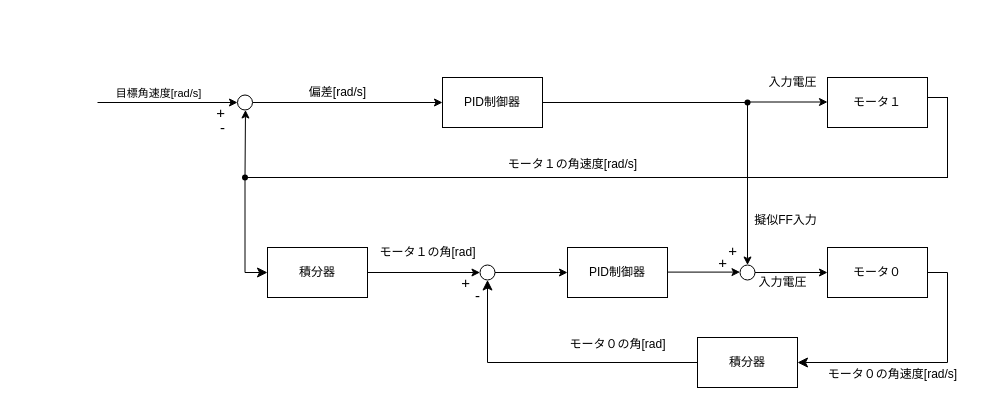
The draw.io diagram Program/main_tomix/SystemIdentificationData/BlockDiagram/TDoFC.dio in CharHanMaker/CharHanMaker, before the edit. Source tidied: cells renumbered, new cells numbered last; positions are measured from the earlier drawing's top-left corner, leaving out a move shared by most shapes. Both pictures are drawn from the tidied source at 100%, with x=0, y=0 at pixel (97, 67).
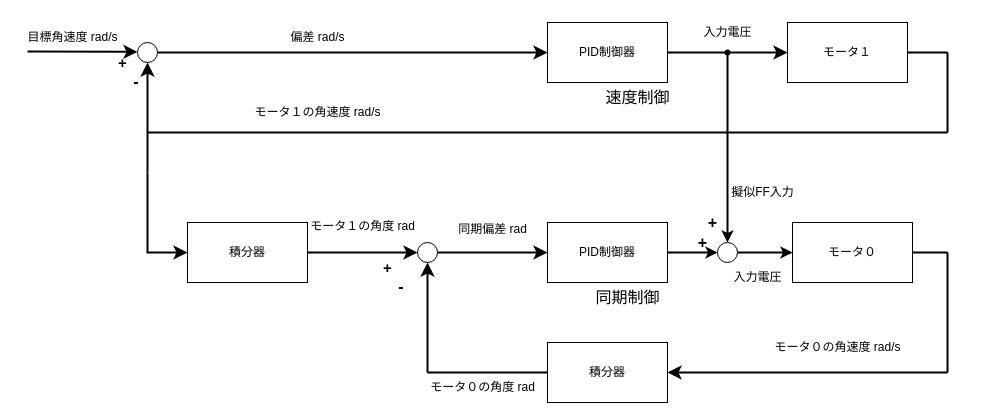
After the change.

What changed in the source:
```diff
@@
+    <mxCell id="44" style="endArrow=classic;html=1;endSize=8;startSize=6;strokeWidth=2;" parent="1" edge="1">
+      <mxGeometry relative="1" as="geometry">
+        <mxPoint x="-70" y="-16" as="sourcePoint" />
+        <mxPoint x="40" y="-15.6" as="targetPoint" />
+      </mxGeometry>
+    </mxCell>
+    <mxCell id="45" style="edgeStyle=none;html=1;exitX=1;exitY=0.5;exitDx=0;exitDy=0;strokeWidth=2;startSize=6;endSize=8;entryX=0;entryY=0.5;entryDx=0;entryDy=0;" parent="1" edge="1" source="46" target="48">
+      <mxGeometry relative="1" as="geometry" />
+    </mxCell>
+    <mxCell id="46" style="ellipse;whiteSpace=wrap;html=1;" parent="1" vertex="1">
+      <mxGeometry x="40" y="-25" width="20" height="20" as="geometry" />
+    </mxCell>
+    <mxCell id="47" style="edgeStyle=none;html=1;exitDx=0;exitDy=0;strokeWidth=2;startSize=6;endSize=8;entryX=0;entryY=0.5;entryDx=0;entryDy=0;startArrow=none;" parent="1" edge="1" source="81" target="3">
+      <mxGeometry relative="1" as="geometry" />
+    </mxCell>
+    <mxCell id="48" value="PID制御器" style="rounded=0;whiteSpace=wrap;html=1;" parent="1" vertex="1">
+      <mxGeometry x="450" y="-45" width="120" height="60" as="geometry" />
+    </mxCell>
+    <mxCell id="49" value="偏差 rad/s" style="text;html=1;align=center;verticalAlign=middle;strokeColor=none;fillColor=none;" parent="1" vertex="1">
+      <mxGeometry x="180" y="-45" width="80" height="30" as="geometry" />
+    </mxCell>
+    <mxCell id="3" value="モータ１" style="rounded=0;whiteSpace=wrap;html=1;" parent="1" vertex="1">
+      <mxGeometry x="690" y="-45" width="120" height="60" as="geometry" />
+    </mxCell>
+    <mxCell id="50" style="endArrow=none;html=1;strokeWidth=2;startSize=6;endSize=8;exitX=1;exitY=0.5;exitDx=0;exitDy=0;" parent="1" edge="1" source="3">
+      <mxGeometry relative="1" as="geometry">
+        <mxPoint x="850" y="-15" as="targetPoint" />
+      </mxGeometry>
+    </mxCell>
+    <mxCell id="51" style="endArrow=none;html=1;strokeWidth=2;startSize=6;endSize=8;" parent="1" edge="1">
+      <mxGeometry relative="1" as="geometry">
+        <mxPoint x="850" y="65" as="sourcePoint" />
+        <mxPoint x="850" y="-15" as="targetPoint" />
+      </mxGeometry>
+    </mxCell>
+    <mxCell id="52" style="endArrow=none;html=1;strokeWidth=2;startSize=6;endSize=8;" parent="1" edge="1">
+      <mxGeometry relative="1" as="geometry">
+        <mxPoint x="50" y="65" as="sourcePoint" />
+        <mxPoint x="850" y="65" as="targetPoint" />
+      </mxGeometry>
+    </mxCell>
+    <mxCell id="53" style="endArrow=classic;html=1;strokeWidth=2;startSize=6;endSize=8;entryX=0.5;entryY=1;entryDx=0;entryDy=0;" parent="1" edge="1" target="46">
+      <mxGeometry relative="1" as="geometry">
+        <mxPoint x="50" y="105" as="sourcePoint" />
+      </mxGeometry>
+    </mxCell>
+    <mxCell id="54" style="edgeStyle=segmentEdgeStyle;endArrow=classic;html=1;curved=0;rounded=0;endSize=8;startSize=8;strokeWidth=2;entryX=0;entryY=0.5;entryDx=0;entryDy=0;" parent="1" edge="1" target="56">
+      <mxGeometry relative="1" as="geometry">
+        <mxPoint x="50" y="105" as="sourcePoint" />
+        <Array as="points">
+          <mxPoint x="50" y="145" />
+          <mxPoint x="50" y="185" />
+        </Array>
+      </mxGeometry>
+    </mxCell>
+    <mxCell id="55" style="edgeStyle=none;html=1;exitX=1;exitY=0.5;exitDx=0;exitDy=0;entryX=0;entryY=0.5;entryDx=0;entryDy=0;strokeWidth=2;startSize=6;endSize=8;" parent="1" edge="1" source="56" target="58">
+      <mxGeometry relative="1" as="geometry" />
+    </mxCell>
+    <mxCell id="56" value="積分器" style="rounded=0;whiteSpace=wrap;html=1;" parent="1" vertex="1">
+      <mxGeometry x="90" y="155" width="120" height="60" as="geometry" />
+    </mxCell>
+    <mxCell id="57" style="edgeStyle=none;html=1;exitX=1;exitY=0.5;exitDx=0;exitDy=0;entryX=0;entryY=0.5;entryDx=0;entryDy=0;strokeWidth=2;startSize=6;endSize=8;" parent="1" edge="1" source="58" target="60">
+      <mxGeometry relative="1" as="geometry" />
+    </mxCell>
+    <mxCell id="58" style="ellipse;whiteSpace=wrap;html=1;" parent="1" vertex="1">
+      <mxGeometry x="320" y="175" width="20" height="20" as="geometry" />
+    </mxCell>
+    <mxCell id="59" style="edgeStyle=none;html=1;exitX=1;exitY=0.5;exitDx=0;exitDy=0;entryX=0;entryY=0.5;entryDx=0;entryDy=0;strokeWidth=2;" parent="1" edge="1" source="60" target="78">
+      <mxGeometry relative="1" as="geometry" />
+    </mxCell>
+    <mxCell id="60" value="PID制御器" style="rounded=0;whiteSpace=wrap;html=1;" parent="1" vertex="1">
+      <mxGeometry x="450" y="155" width="120" height="60" as="geometry" />
+    </mxCell>
+    <mxCell id="61" style="endArrow=none;html=1;strokeWidth=2;startSize=6;endSize=8;exitX=1;exitY=0.5;exitDx=0;exitDy=0;startArrow=none;" parent="1" edge="1" source="2">
+      <mxGeometry relative="1" as="geometry">
+        <mxPoint x="850" y="185" as="targetPoint" />
+      </mxGeometry>
+    </mxCell>
+    <mxCell id="62" style="endArrow=none;html=1;strokeWidth=2;startSize=6;endSize=8;" parent="1" edge="1">
+      <mxGeometry relative="1" as="geometry">
+        <mxPoint x="850" y="305" as="sourcePoint" />
+        <mxPoint x="850" y="185" as="targetPoint" />
+      </mxGeometry>
+    </mxCell>
+    <mxCell id="63" style="endArrow=classic;html=1;strokeWidth=2;startSize=6;endSize=8;entryX=0.5;entryY=1;entryDx=0;entryDy=0;" parent="1" edge="1" target="58">
+      <mxGeometry relative="1" as="geometry">
+        <mxPoint x="330" y="305" as="sourcePoint" />
+      </mxGeometry>
+    </mxCell>
+    <mxCell id="64" value="積分器" style="rounded=0;whiteSpace=wrap;html=1;" parent="1" vertex="1">
+      <mxGeometry x="450" y="275" width="120" height="60" as="geometry" />
+    </mxCell>
+    <mxCell id="65" style="endArrow=none;html=1;strokeWidth=2;startSize=6;endSize=8;entryX=0;entryY=0.5;entryDx=0;entryDy=0;" parent="1" edge="1" target="64">
+      <mxGeometry relative="1" as="geometry">
+        <mxPoint x="330" y="305" as="sourcePoint" />
+      </mxGeometry>
+    </mxCell>
+    <mxCell id="66" style="endArrow=classic;html=1;strokeWidth=2;startSize=6;endSize=8;entryX=1;entryY=0.5;entryDx=0;entryDy=0;" parent="1" edge="1" target="64">
+      <mxGeometry relative="1" as="geometry">
+        <mxPoint x="850" y="305" as="sourcePoint" />
+      </mxGeometry>
+    </mxCell>
+    <mxCell id="67" value="目標角速度 rad/s" style="text;html=1;align=center;verticalAlign=middle;strokeColor=none;fillColor=none;" parent="1" vertex="1">
+      <mxGeometry x="-80" y="-45" width="110" height="30" as="geometry" />
+    </mxCell>
+    <mxCell id="68" value="モータ１の角速度 rad/s" style="text;html=1;align=center;verticalAlign=middle;strokeColor=none;fillColor=none;" parent="1" vertex="1">
+      <mxGeometry x="145" y="30" width="150" height="30" as="geometry" />
+    </mxCell>
+    <mxCell id="69" value="モータ１の角度 rad" style="text;html=1;align=center;verticalAlign=middle;strokeColor=none;fillColor=none;" parent="1" vertex="1">
+      <mxGeometry x="200" y="144" width="130" height="30" as="geometry" />
+    </mxCell>
+    <mxCell id="70" style="endArrow=none;html=1;strokeWidth=2;startSize=6;endSize=8;exitX=1;exitY=0.5;exitDx=0;exitDy=0;" parent="1" edge="1" target="2">
+      <mxGeometry relative="1" as="geometry">
+        <mxPoint x="780" y="185" as="sourcePoint" />
+      </mxGeometry>
+    </mxCell>
     <mxCell id="2" value="モータ０" style="rounded=0;whiteSpace=wrap;html=1;" parent="1" vertex="1">
-      <mxGeometry x="730" y="180" width="100" height="50" as="geometry" />
+      <mxGeometry x="695" y="155" width="120" height="60" as="geometry" />
     </mxCell>
-    <mxCell id="3" value="モータ１" style="rounded=0;whiteSpace=wrap;html=1;" parent="1" vertex="1">
-      <mxGeometry x="730" y="10" width="100" height="50" as="geometry" />
-    </mxCell>
-    <mxCell id="4" style="endArrow=classic;html=1;entryX=0;entryY=0.5;entryDx=0;entryDy=0;startArrow=none;" parent="1" edge="1" source="6" target="2">
-      <mxGeometry relative="1" as="geometry" />
-    </mxCell>
-    <mxCell id="5" style="endArrow=none;html=1;entryX=0;entryY=0.5;entryDx=0;entryDy=0;" parent="1" edge="1" target="6">
-      <mxGeometry relative="1" as="geometry">
-        <mxPoint x="650" y="205" as="sourcePoint" />
-      </mxGeometry>
-    </mxCell>
-    <mxCell id="6" style="ellipse;whiteSpace=wrap;html=1;" parent="1" vertex="1">
-      <mxGeometry x="642.5" y="197.5" width="15" height="15" as="geometry" />
-    </mxCell>
-    <mxCell id="7" style="endArrow=classic;html=1;entryX=0;entryY=0.5;entryDx=0;entryDy=0;startArrow=none;" parent="1" edge="1">
-      <mxGeometry relative="1" as="geometry">
-        <mxPoint x="650" y="34.5" as="sourcePoint" />
-        <mxPoint x="730" y="34.5" as="targetPoint" />
-      </mxGeometry>
-    </mxCell>
-    <mxCell id="8" style="shape=waypoint;sketch=0;fillStyle=solid;size=6;points=[];fillColor=none;perimeter=centerPerimeter;snapToPoint=1;" parent="1" vertex="1">
-      <mxGeometry x="640" y="25" width="20" height="20" as="geometry" />
-    </mxCell>
-    <mxCell id="9" style="endArrow=classic;html=1;entryX=0.5;entryY=0;entryDx=0;entryDy=0;exitX=0.511;exitY=0.581;exitDx=0;exitDy=0;exitPerimeter=0;" parent="1" edge="1" source="8" target="6">
-      <mxGeometry relative="1" as="geometry" />
-    </mxCell>
-    <mxCell id="10" value="PID制御器" style="rounded=0;whiteSpace=wrap;html=1;" parent="1" vertex="1">
-      <mxGeometry x="470" y="180" width="100" height="50" as="geometry" />
-    </mxCell>
-    <mxCell id="11" style="endArrow=classic;html=1;entryX=0;entryY=0.5;entryDx=0;entryDy=0;startArrow=none;" parent="1" edge="1">
-      <mxGeometry relative="1" as="geometry">
-        <mxPoint x="570" y="204.6" as="sourcePoint" />
-        <mxPoint x="642.5" y="204.6" as="targetPoint" />
-      </mxGeometry>
-    </mxCell>
-    <mxCell id="12" style="endArrow=classic;html=1;entryX=0;entryY=0.5;entryDx=0;entryDy=0;startArrow=none;" parent="1" edge="1" source="13">
-      <mxGeometry relative="1" as="geometry">
-        <mxPoint x="470" y="205" as="targetPoint" />
-      </mxGeometry>
-    </mxCell>
-    <mxCell id="13" style="ellipse;whiteSpace=wrap;html=1;" parent="1" vertex="1">
-      <mxGeometry x="382.5" y="197.5" width="15" height="15" as="geometry" />
-    </mxCell>
-    <mxCell id="14" value="積分器" style="rounded=0;whiteSpace=wrap;html=1;" parent="1" vertex="1">
-      <mxGeometry x="600" y="270" width="100" height="50" as="geometry" />
-    </mxCell>
-    <mxCell id="15" style="edgeStyle=elbowEdgeStyle;elbow=horizontal;endArrow=classic;html=1;curved=0;rounded=0;endSize=8;startSize=8;exitX=1;exitY=0.5;exitDx=0;exitDy=0;entryX=1;entryY=0.5;entryDx=0;entryDy=0;" parent="1" edge="1" source="2" target="14">
-      <mxGeometry relative="1" as="geometry">
-        <Array as="points">
-          <mxPoint x="850" y="250" />
-          <mxPoint x="890" y="240" />
-        </Array>
-      </mxGeometry>
-    </mxCell>
-    <mxCell id="16" style="edgeStyle=segmentEdgeStyle;endArrow=classic;html=1;curved=0;rounded=0;endSize=8;startSize=8;exitX=0;exitY=0.5;exitDx=0;exitDy=0;entryX=0.5;entryY=1;entryDx=0;entryDy=0;" parent="1" edge="1" source="14" target="13">
-      <mxGeometry relative="1" as="geometry">
-        <Array as="points">
-          <mxPoint x="390" y="295" />
-        </Array>
-      </mxGeometry>
-    </mxCell>
-    <mxCell id="17" style="edgeStyle=none;html=1;exitX=1;exitY=0.5;exitDx=0;exitDy=0;entryX=0;entryY=0.5;entryDx=0;entryDy=0;fontSize=15;" parent="1" edge="1" source="18" target="13">
-      <mxGeometry relative="1" as="geometry" />
-    </mxCell>
-    <mxCell id="18" value="積分器" style="rounded=0;whiteSpace=wrap;html=1;" parent="1" vertex="1">
-      <mxGeometry x="170" y="180" width="100" height="50" as="geometry" />
-    </mxCell>
-    <mxCell id="19" value="PID制御器" style="rounded=0;whiteSpace=wrap;html=1;" parent="1" vertex="1">
-      <mxGeometry x="345" y="10" width="100" height="50" as="geometry" />
-    </mxCell>
-    <mxCell id="20" style="endArrow=none;html=1;entryX=0.063;entryY=0.84;entryDx=0;entryDy=0;entryPerimeter=0;exitX=1;exitY=0.5;exitDx=0;exitDy=0;" parent="1" edge="1" source="19" target="8">
-      <mxGeometry relative="1" as="geometry" />
-    </mxCell>
-    <mxCell id="21" style="edgeStyle=none;html=1;exitX=1;exitY=0.5;exitDx=0;exitDy=0;entryX=0;entryY=0.5;entryDx=0;entryDy=0;" parent="1" edge="1" source="22" target="19">
-      <mxGeometry relative="1" as="geometry" />
-    </mxCell>
-    <mxCell id="22" style="ellipse;whiteSpace=wrap;html=1;" parent="1" vertex="1">
-      <mxGeometry x="140" y="27.5" width="15" height="15" as="geometry" />
-    </mxCell>
-    <mxCell id="23" style="endArrow=classic;html=1;entryX=0;entryY=0.5;entryDx=0;entryDy=0;" parent="1" edge="1" target="22">
-      <mxGeometry relative="1" as="geometry">
-        <mxPoint y="35" as="sourcePoint" />
-      </mxGeometry>
-    </mxCell>
-    <mxCell id="24" value="目標角速度[rad/s]" style="edgeLabel;html=1;align=center;verticalAlign=middle;" parent="23" vertex="1">
-      <mxGeometry x="-0.36" y="-5" relative="1" as="geometry">
-        <mxPoint x="15" y="-15" as="offset" />
-      </mxGeometry>
-    </mxCell>
-    <mxCell id="25" style="edgeStyle=elbowEdgeStyle;html=1;entryX=0.5;entryY=1;entryDx=0;entryDy=0;" parent="1" edge="1" source="26" target="22">
-      <mxGeometry relative="1" as="geometry" />
-    </mxCell>
-    <mxCell id="26" style="shape=waypoint;sketch=0;fillStyle=solid;size=6;points=[];fillColor=none;perimeter=centerPerimeter;snapToPoint=1;" parent="1" vertex="1">
-      <mxGeometry x="137.5" y="100" width="20" height="20" as="geometry" />
-    </mxCell>
-    <mxCell id="27" style="edgeStyle=segmentEdgeStyle;endArrow=classic;html=1;curved=0;rounded=0;endSize=8;startSize=8;exitX=0.351;exitY=0.624;exitDx=0;exitDy=0;exitPerimeter=0;entryX=0;entryY=0.5;entryDx=0;entryDy=0;" parent="1" edge="1" source="26" target="18">
-      <mxGeometry relative="1" as="geometry">
-        <Array as="points">
-          <mxPoint x="148" y="205" />
-        </Array>
-      </mxGeometry>
-    </mxCell>
-    <mxCell id="28" style="endArrow=none;html=1;exitX=0.708;exitY=0.728;exitDx=0;exitDy=0;exitPerimeter=0;" parent="1" edge="1" source="26">
-      <mxGeometry relative="1" as="geometry">
-        <mxPoint x="850" y="110" as="targetPoint" />
-      </mxGeometry>
-    </mxCell>
-    <mxCell id="29" style="shape=partialRectangle;whiteSpace=wrap;html=1;bottom=0;right=0;fillColor=none;direction=south;" parent="1" vertex="1">
-      <mxGeometry x="830" y="30" width="20" height="80" as="geometry" />
-    </mxCell>
-    <mxCell id="30" value="&lt;font style=&quot;font-size: 15px;&quot;&gt;+&lt;/font&gt;" style="text;html=1;align=center;verticalAlign=middle;strokeColor=none;fillColor=none;" parent="1" vertex="1">
-      <mxGeometry x="107.5" y="30" width="30" height="30" as="geometry" />
-    </mxCell>
-    <mxCell id="31" value="-" style="text;html=1;align=center;verticalAlign=middle;strokeColor=none;fillColor=none;fontSize=15;" parent="1" vertex="1">
-      <mxGeometry x="110" y="45" width="30" height="30" as="geometry" />
-    </mxCell>
-    <mxCell id="32" value="&lt;font style=&quot;font-size: 12px;&quot;&gt;モータ１の角速度[rad/s]&lt;/font&gt;" style="text;html=1;align=center;verticalAlign=middle;strokeColor=none;fillColor=none;fontSize=15;" parent="1" vertex="1">
-      <mxGeometry x="400" y="80" width="150" height="30" as="geometry" />
-    </mxCell>
-    <mxCell id="33" value="&lt;font style=&quot;font-size: 12px;&quot;&gt;モータ１の角[rad]&lt;/font&gt;" style="text;html=1;align=center;verticalAlign=middle;strokeColor=none;fillColor=none;fontSize=15;" parent="1" vertex="1">
-      <mxGeometry x="270" y="167.5" width="120" height="30" as="geometry" />
-    </mxCell>
-    <mxCell id="34" value="&lt;font style=&quot;font-size: 12px;&quot;&gt;モータ０の角[rad]&lt;/font&gt;" style="text;html=1;align=center;verticalAlign=middle;strokeColor=none;fillColor=none;fontSize=15;" parent="1" vertex="1">
-      <mxGeometry x="460" y="260" width="120" height="30" as="geometry" />
-    </mxCell>
-    <mxCell id="35" value="入力電圧" style="text;html=1;align=center;verticalAlign=middle;strokeColor=none;fillColor=none;fontSize=12;" parent="1" vertex="1">
-      <mxGeometry x="660" width="70" height="30" as="geometry" />
-    </mxCell>
-    <mxCell id="36" value="入力電圧" style="text;html=1;align=center;verticalAlign=middle;strokeColor=none;fillColor=none;fontSize=12;" parent="1" vertex="1">
-      <mxGeometry x="650" y="200" width="70" height="30" as="geometry" />
-    </mxCell>
-    <mxCell id="37" value="&lt;font style=&quot;font-size: 15px;&quot;&gt;+&lt;/font&gt;" style="text;html=1;align=center;verticalAlign=middle;strokeColor=none;fillColor=none;" parent="1" vertex="1">
-      <mxGeometry x="352.5" y="200" width="30" height="30" as="geometry" />
-    </mxCell>
-    <mxCell id="38" value="-" style="text;html=1;align=center;verticalAlign=middle;strokeColor=none;fillColor=none;fontSize=15;" parent="1" vertex="1">
-      <mxGeometry x="365" y="212.5" width="30" height="30" as="geometry" />
-    </mxCell>
-    <mxCell id="39" value="&lt;font style=&quot;font-size: 15px;&quot;&gt;+&lt;/font&gt;" style="text;html=1;align=center;verticalAlign=middle;strokeColor=none;fillColor=none;" parent="1" vertex="1">
-      <mxGeometry x="620" y="167.5" width="30" height="30" as="geometry" />
-    </mxCell>
-    <mxCell id="40" value="&lt;font style=&quot;font-size: 15px;&quot;&gt;+&lt;/font&gt;" style="text;html=1;align=center;verticalAlign=middle;strokeColor=none;fillColor=none;" parent="1" vertex="1">
-      <mxGeometry x="610" y="180" width="30" height="30" as="geometry" />
-    </mxCell>
-    <mxCell id="41" value="偏差[rad/s]" style="text;html=1;align=center;verticalAlign=middle;strokeColor=none;fillColor=none;fontSize=12;" parent="1" vertex="1">
-      <mxGeometry x="200" y="10" width="80" height="30" as="geometry" />
-    </mxCell>
-    <mxCell id="42" value="&lt;font style=&quot;font-size: 12px;&quot;&gt;モータ０の角速度[rad/s]&lt;/font&gt;" style="text;html=1;align=center;verticalAlign=middle;strokeColor=none;fillColor=none;fontSize=15;" parent="1" vertex="1">
-      <mxGeometry x="720" y="290" width="150" height="30" as="geometry" />
-    </mxCell>
+    <mxCell id="71" value="&lt;b&gt;&lt;font style=&quot;font-size: 15px;&quot;&gt;+&lt;/font&gt;&lt;br&gt;&lt;span style=&quot;white-space: pre;&quot;&gt;&#9;&lt;/span&gt;&lt;font style=&quot;font-size: 16px;&quot;&gt;-&lt;/font&gt;&lt;/b&gt;" style="text;html=1;align=center;verticalAlign=middle;strokeColor=none;fillColor=none;" parent="1" vertex="1">
+      <mxGeometry x="-5" y="-20" width="60" height="50" as="geometry" />
+    </mxCell>
+    <mxCell id="72" value="&lt;b&gt;&lt;font style=&quot;font-size: 15px;&quot;&gt;+&lt;/font&gt;&lt;br&gt;&lt;span style=&quot;white-space: pre;&quot;&gt;&#9;&lt;/span&gt;&lt;font style=&quot;font-size: 16px;&quot;&gt;-&lt;/font&gt;&lt;/b&gt;" style="text;html=1;align=center;verticalAlign=middle;strokeColor=none;fillColor=none;" parent="1" vertex="1">
+      <mxGeometry x="260" y="185" width="60" height="50" as="geometry" />
+    </mxCell>
+    <mxCell id="73" value="モータ０の角速度 rad/s" style="text;html=1;align=center;verticalAlign=middle;strokeColor=none;fillColor=none;" parent="1" vertex="1">
+      <mxGeometry x="665" y="265" width="150" height="30" as="geometry" />
+    </mxCell>
+    <mxCell id="74" value="モータ０の角度 rad" style="text;html=1;align=center;verticalAlign=middle;strokeColor=none;fillColor=none;" parent="1" vertex="1">
+      <mxGeometry x="320" y="305" width="130" height="30" as="geometry" />
+    </mxCell>
+    <mxCell id="75" value="&lt;font style=&quot;font-size: 12px;&quot;&gt;同期偏差 rad&lt;/font&gt;" style="text;html=1;align=center;verticalAlign=middle;strokeColor=none;fillColor=none;fontSize=16;" parent="1" vertex="1">
+      <mxGeometry x="349.5" y="145" width="90" height="30" as="geometry" />
+    </mxCell>
+    <mxCell id="76" value="入力電圧" style="text;html=1;align=center;verticalAlign=middle;strokeColor=none;fillColor=none;fontSize=12;" parent="1" vertex="1">
+      <mxGeometry x="595" y="-50" width="70" height="30" as="geometry" />
+    </mxCell>
+    <mxCell id="77" style="edgeStyle=none;html=1;exitX=1;exitY=0.5;exitDx=0;exitDy=0;entryX=0;entryY=0.5;entryDx=0;entryDy=0;strokeWidth=2;" parent="1" edge="1" source="78" target="2">
+      <mxGeometry relative="1" as="geometry" />
+    </mxCell>
+    <mxCell id="78" style="ellipse;whiteSpace=wrap;html=1;" parent="1" vertex="1">
+      <mxGeometry x="620" y="175" width="20" height="20" as="geometry" />
+    </mxCell>
+    <mxCell id="79" style="edgeStyle=none;html=1;exitX=1;exitY=0.5;exitDx=0;exitDy=0;strokeWidth=2;startSize=6;endSize=8;entryDx=0;entryDy=0;endArrow=none;" parent="1" edge="1" source="48" target="81">
+      <mxGeometry relative="1" as="geometry" />
+    </mxCell>
+    <mxCell id="80" style="edgeStyle=none;html=1;entryX=0.5;entryY=0;entryDx=0;entryDy=0;strokeWidth=2;" parent="1" edge="1" source="81" target="78">
+      <mxGeometry relative="1" as="geometry" />
+    </mxCell>
+    <mxCell id="81" style="shape=waypoint;sketch=0;size=6;points=[];fillColor=none;perimeter=centerPerimeter;snapToPoint=1;" parent="1" vertex="1">
+      <mxGeometry x="620" y="-25" width="20" height="20" as="geometry" />
+    </mxCell>
-    <mxCell id="43" value="擬似FF入力" style="text;html=1;align=center;verticalAlign=middle;strokeColor=none;fillColor=none;fontSize=12;" parent="1" vertex="1">
-      <mxGeometry x="642.5" y="137.5" width="90" height="30" as="geometry" />
+    <mxCell id="43" value="擬似FF入力" style="text;html=1;align=center;verticalAlign=middle;strokeColor=none;fillColor=none;" parent="1" vertex="1">
+      <mxGeometry x="620" y="110" width="90" height="30" as="geometry" />
     </mxCell>
+    <mxCell id="82" value="&lt;b&gt;&amp;nbsp; &amp;nbsp; &amp;nbsp;&amp;nbsp;&lt;font style=&quot;font-size: 16px;&quot;&gt;+&lt;/font&gt;&lt;br&gt;&lt;font style=&quot;font-size: 16px;&quot;&gt;+&lt;/font&gt;&lt;/b&gt;" style="text;html=1;align=center;verticalAlign=middle;strokeColor=none;fillColor=none;" parent="1" vertex="1">
+      <mxGeometry x="580" y="140" width="50" height="50" as="geometry" />
+    </mxCell>
+    <mxCell id="83" value="入力電圧" style="text;html=1;align=center;verticalAlign=middle;strokeColor=none;fillColor=none;fontSize=12;" parent="1" vertex="1">
+      <mxGeometry x="625" y="195" width="70" height="30" as="geometry" />
+    </mxCell>
+    <mxCell id="84" value="同期制御" style="text;html=1;align=center;verticalAlign=middle;strokeColor=none;fillColor=none;fontSize=16;" parent="1" vertex="1">
+      <mxGeometry x="485" y="215" width="90" height="30" as="geometry" />
+    </mxCell>
+    <mxCell id="85" value="速度制御" style="text;html=1;align=center;verticalAlign=middle;strokeColor=none;fillColor=none;fontSize=16;" parent="1" vertex="1">
+      <mxGeometry x="495" y="15" width="90" height="30" as="geometry" />
+    </mxCell>
```
